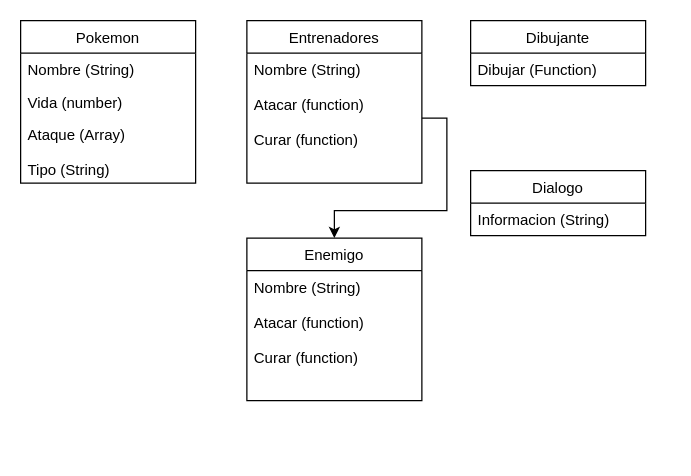
The draw.io diagram PokemonDiagram.drawio in federicopiaggio/pokemon-project, before the edit. Source tidied: cells renumbered, new cells numbered last; positions are measured from the earlier drawing's top-left corner, leaving out a move shared by most shapes. Both pictures are drawn from the tidied source at 125%, with x=0, y=0 at pixel (20, 20).
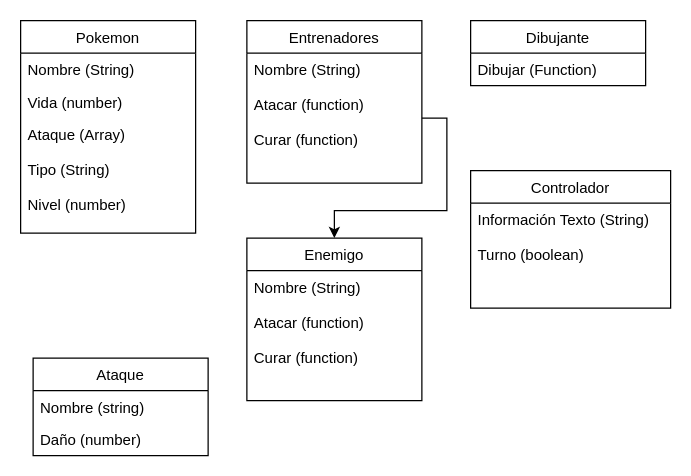
The same page after the edit.

Commit message (it also covers changes not shown here):
Cree las clases Pokemon Attack Aplication Controller y comencé un poco el html y css

The edit, as a diff of the source:
```diff
@@
 <mxGraphModel>
   <root>
     <mxCell id="0" />
     <mxCell id="1" parent="0" />
     <mxCell id="2" value="Pokemon" style="swimlane;fontStyle=0;horizontal=1;startSize=26;fillColor=none;" parent="1" vertex="1">
-      <mxGeometry width="140" height="130" as="geometry" />
+      <mxGeometry width="140" height="170" as="geometry" />
     </mxCell>
     <mxCell id="3" value="Nombre (String)" style="text;strokeColor=none;fillColor=none;align=left;verticalAlign=top;spacingLeft=4;spacingRight=4;overflow=hidden;" parent="2" vertex="1">
       <mxGeometry y="26" width="140" height="26" as="geometry" />
     </mxCell>
     <mxCell id="4" value="Vida (number)" style="text;strokeColor=none;fillColor=none;align=left;verticalAlign=top;spacingLeft=4;spacingRight=4;overflow=hidden;" parent="2" vertex="1">
       <mxGeometry y="52" width="140" height="26" as="geometry" />
     </mxCell>
-    <mxCell id="5" value="Ataque (Array)&#10;&#10;Tipo (String)" style="text;strokeColor=none;fillColor=none;align=left;verticalAlign=top;spacingLeft=4;spacingRight=4;overflow=hidden;" parent="2" vertex="1">
-      <mxGeometry y="78" width="140" height="52" as="geometry" />
+    <mxCell id="5" value="Ataque (Array)&#10;&#10;Tipo (String)&#10;&#10;Nivel (number)&#10;" style="text;strokeColor=none;fillColor=none;align=left;verticalAlign=top;spacingLeft=4;spacingRight=4;overflow=hidden;" parent="2" vertex="1">
+      <mxGeometry y="78" width="140" height="92" as="geometry" />
     </mxCell>
     <mxCell id="6" value="Entrenadores" style="swimlane;fontStyle=0;horizontal=1;startSize=26;fillColor=none;" parent="1" vertex="1">
       <mxGeometry x="181" width="140" height="130" as="geometry" />
     </mxCell>
     <mxCell id="7" value="Nombre (String)&#10;&#10;Atacar (function)&#10;&#10;Curar (function)&#10;&#10;&#10;&#10;&#10;" style="text;strokeColor=none;fillColor=none;align=left;verticalAlign=top;spacingLeft=4;spacingRight=4;overflow=hidden;points=[[0,0.5],[1,0.5]];portConstraint=eastwest;" parent="6" vertex="1">
       <mxGeometry y="26" width="140" height="104" as="geometry" />
     </mxCell>
     <mxCell id="8" value="Dibujante" style="swimlane;fontStyle=0;horizontal=1;startSize=26;fillColor=none;" parent="1" vertex="1">
       <mxGeometry x="360" width="140" height="52" as="geometry" />
     </mxCell>
     <mxCell id="9" value="Dibujar (Function)" style="text;strokeColor=none;fillColor=none;align=left;verticalAlign=top;spacingLeft=4;spacingRight=4;overflow=hidden;" parent="8" vertex="1">
       <mxGeometry y="26" width="140" height="26" as="geometry" />
     </mxCell>
     <mxCell id="10" value="Enemigo" style="swimlane;fontStyle=0;horizontal=1;startSize=26;fillColor=none;" parent="1" vertex="1">
       <mxGeometry x="181" y="174" width="140" height="130" as="geometry" />
     </mxCell>
     <mxCell id="11" value="Nombre (String)&#10;&#10;Atacar (function)&#10;&#10;Curar (function)&#10;&#10;&#10;&#10;&#10;" style="text;strokeColor=none;fillColor=none;align=left;verticalAlign=top;spacingLeft=4;spacingRight=4;overflow=hidden;" parent="10" vertex="1">
       <mxGeometry y="26" width="140" height="104" as="geometry" />
     </mxCell>
     <mxCell id="12" style="edgeStyle=orthogonalEdgeStyle;rounded=0;jettySize=auto;html=1;exitX=1;exitY=0.5;exitDx=0;exitDy=0;" parent="1" edge="1" source="7" target="10">
       <mxGeometry relative="1" as="geometry" />
     </mxCell>
-    <mxCell id="13" value="Dialogo" style="swimlane;fontStyle=0;horizontal=1;startSize=26;fillColor=none;" parent="1" vertex="1">
-      <mxGeometry x="360" y="120" width="140" height="52" as="geometry" />
+    <mxCell id="13" value="Controlador" style="swimlane;fontStyle=0;horizontal=1;startSize=26;fillColor=none;" parent="1" vertex="1">
+      <mxGeometry x="360" y="120" width="160" height="110" as="geometry" />
     </mxCell>
-    <mxCell id="14" value="Informacion (String)" style="text;strokeColor=none;fillColor=none;align=left;verticalAlign=top;spacingLeft=4;spacingRight=4;overflow=hidden;" parent="13" vertex="1">
-      <mxGeometry y="26" width="140" height="26" as="geometry" />
+    <mxCell id="14" value="Información Texto (String)&#10;&#10;Turno (boolean)" style="text;strokeColor=none;fillColor=none;align=left;verticalAlign=top;spacingLeft=4;spacingRight=4;overflow=hidden;" parent="13" vertex="1">
+      <mxGeometry y="26" width="160" height="84" as="geometry" />
     </mxCell>
+    <mxCell id="15" value="Ataque" style="swimlane;fontStyle=0;horizontal=1;startSize=26;fillColor=none;" parent="1" vertex="1">
+      <mxGeometry x="10" y="270" width="140" height="78" as="geometry" />
+    </mxCell>
+    <mxCell id="16" value="Nombre (string)" style="text;strokeColor=none;fillColor=none;align=left;verticalAlign=top;spacingLeft=4;spacingRight=4;overflow=hidden;" parent="15" vertex="1">
+      <mxGeometry y="26" width="140" height="26" as="geometry" />
+    </mxCell>
+    <mxCell id="17" value="Daño (number)" style="text;strokeColor=none;fillColor=none;align=left;verticalAlign=top;spacingLeft=4;spacingRight=4;overflow=hidden;" parent="15" vertex="1">
+      <mxGeometry y="52" width="140" height="26" as="geometry" />
+    </mxCell>
   </root>
 </mxGraphModel>
```
